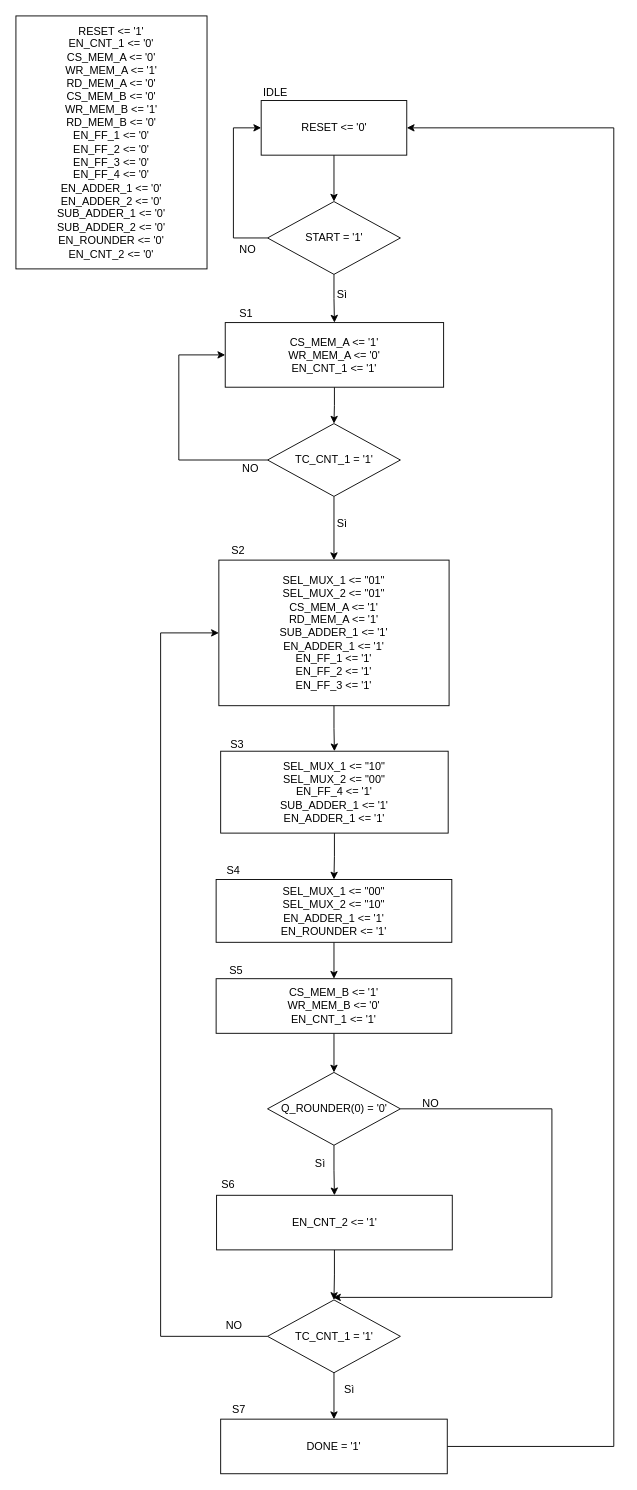
Above: lab6/Control ASM.drawio in leobel96/Polito-ESD-NeuralNetwork (draw.io), before the change. Source tidied: cells renumbered, new cells numbered last; positions are measured from the earlier drawing's top-left corner, leaving out a move shared by most shapes. Both pictures are drawn from the tidied source at 91%, with x=0, y=0 at pixel (15, 15).
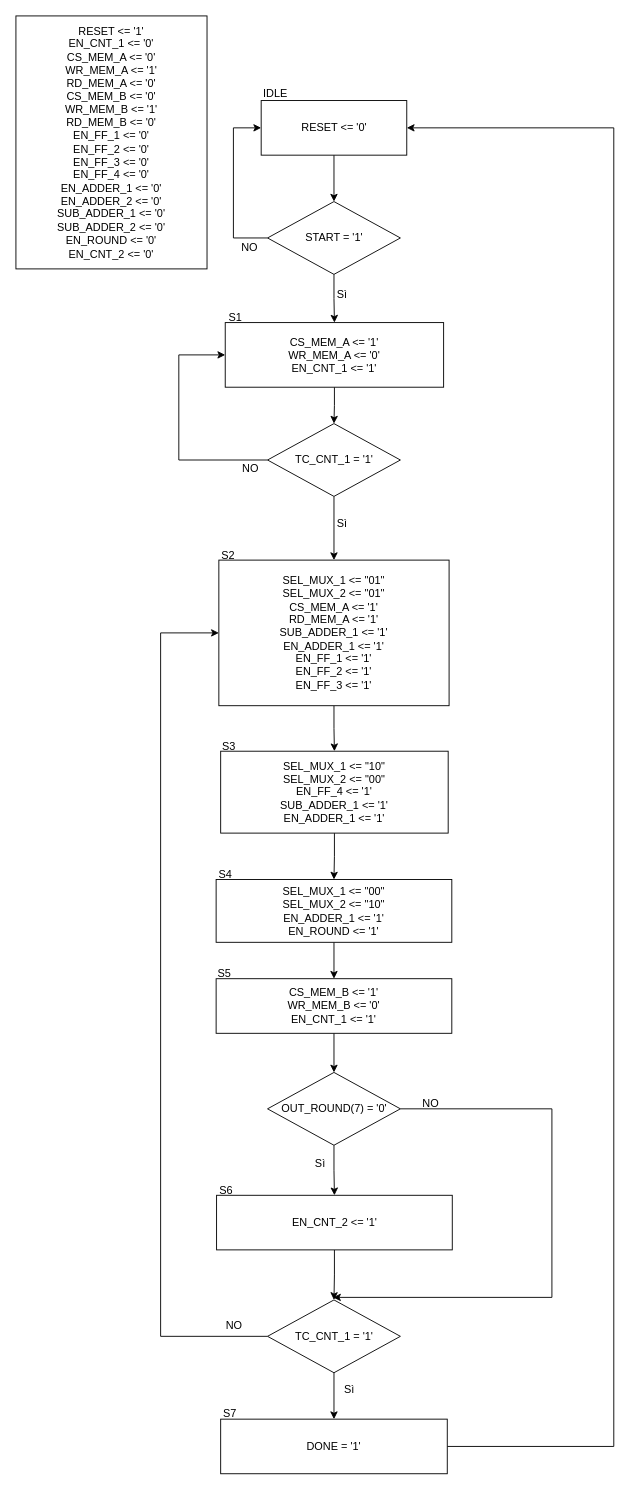
The same page after the edit.

What changed in the source:
```diff
@@
     <mxCell id="4" value="IDLE" style="text;html=1;align=left;verticalAlign=top;spacingTop=-4;" parent="1" vertex="1">
-      <mxGeometry x="269.5" y="74" width="40" height="20" as="geometry" />
+      <mxGeometry x="269.5" y="76" width="40" height="20" as="geometry" />
     </mxCell>
@@
     <mxCell id="7" value="S1" style="text;html=1;align=left;verticalAlign=top;spacingTop=-4;" parent="1" vertex="1">
-      <mxGeometry x="244" y="317" width="30" height="20" as="geometry" />
+      <mxGeometry x="232" y="322" width="30" height="20" as="geometry" />
     </mxCell>
@@
-    <mxCell id="17" value="&lt;div&gt;&lt;div&gt;&lt;div&gt;SEL_MUX_1 &amp;lt;= &quot;00&quot;&lt;/div&gt;&lt;div&gt;SEL_MUX_2 &amp;lt;= &quot;10&quot;&lt;/div&gt;&lt;/div&gt;&lt;div&gt;EN_ADDER_1 &amp;lt;= '1'&lt;/div&gt;&lt;/div&gt;&lt;div&gt;EN_ROUNDER &amp;lt;= '1'&lt;br&gt;&lt;/div&gt;" style="rounded=0;whiteSpace=wrap;html=1;" parent="1" vertex="1">
+    <mxCell id="17" value="&lt;div&gt;&lt;div&gt;&lt;div&gt;SEL_MUX_1 &amp;lt;= &quot;00&quot;&lt;/div&gt;&lt;div&gt;SEL_MUX_2 &amp;lt;= &quot;10&quot;&lt;/div&gt;&lt;/div&gt;&lt;div&gt;EN_ADDER_1 &amp;lt;= '1'&lt;/div&gt;&lt;/div&gt;&lt;div&gt;EN_ROUND &amp;lt;= '1'&lt;br&gt;&lt;/div&gt;" style="rounded=0;whiteSpace=wrap;html=1;" parent="1" vertex="1">
       <mxGeometry x="220" y="949" width="259" height="69" as="geometry" />
     </mxCell>
@@
     <mxCell id="29" value="NO" style="text;html=1;align=left;verticalAlign=top;spacingTop=-4;" parent="1" vertex="1">
-      <mxGeometry x="244" y="247" width="30" height="20" as="geometry" />
+      <mxGeometry x="246" y="245" width="30" height="20" as="geometry" />
     </mxCell>
@@
     <mxCell id="31" value="S2" style="text;html=1;align=left;verticalAlign=top;spacingTop=-4;" parent="1" vertex="1">
-      <mxGeometry x="234.5" y="578" width="30" height="20" as="geometry" />
+      <mxGeometry x="223.5" y="583" width="30" height="20" as="geometry" />
     </mxCell>
     <mxCell id="32" value="S3" style="text;html=1;align=left;verticalAlign=top;spacingTop=-4;" parent="1" vertex="1">
-      <mxGeometry x="233.5" y="791" width="30" height="20" as="geometry" />
+      <mxGeometry x="224.5" y="793" width="30" height="20" as="geometry" />
     </mxCell>
     <mxCell id="33" value="S4" style="text;html=1;align=left;verticalAlign=top;spacingTop=-4;" parent="1" vertex="1">
-      <mxGeometry x="230" y="929" width="30" height="20" as="geometry" />
+      <mxGeometry x="221" y="934" width="30" height="20" as="geometry" />
     </mxCell>
@@
-    <mxCell id="36" value="Q_ROUNDER(0) = '0'" style="rhombus;whiteSpace=wrap;html=1;" parent="1" vertex="1">
+    <mxCell id="36" value="OUT_ROUND(7) = '0'" style="rhombus;whiteSpace=wrap;html=1;" parent="1" vertex="1">
       <mxGeometry x="276.5" y="1161" width="146" height="80" as="geometry" />
     </mxCell>
@@
     <mxCell id="41" value="S6" style="text;html=1;align=left;verticalAlign=top;spacingTop=-4;" parent="1" vertex="1">
-      <mxGeometry x="223.5" y="1273.5" width="30" height="20" as="geometry" />
+      <mxGeometry x="221.5" y="1280.5" width="30" height="20" as="geometry" />
     </mxCell>
     <mxCell id="42" value="S7" style="text;html=1;align=left;verticalAlign=top;spacingTop=-4;" parent="1" vertex="1">
-      <mxGeometry x="236" y="1522" width="30" height="20" as="geometry" />
+      <mxGeometry x="226" y="1526" width="30" height="20" as="geometry" />
     </mxCell>
@@
     <mxCell id="45" value="S5" style="text;html=1;align=left;verticalAlign=top;spacingTop=-4;" parent="1" vertex="1">
-      <mxGeometry x="232.5" y="1039" width="30" height="20" as="geometry" />
+      <mxGeometry x="220" y="1043" width="30" height="20" as="geometry" />
     </mxCell>
-    <mxCell id="46" value="&lt;div&gt;RESET &amp;lt;= '1'&lt;/div&gt;&lt;div&gt;EN_CNT_1 &amp;lt;= '0'&lt;/div&gt;&lt;div&gt;CS_MEM_A &amp;lt;= '0'&lt;/div&gt;&lt;div&gt;WR_MEM_A &amp;lt;= '1'&lt;/div&gt;&lt;div&gt;RD_MEM_A &amp;lt;= '0'&lt;br&gt;&lt;/div&gt;&lt;div&gt;CS_MEM_B &amp;lt;= '0'&lt;br&gt;&lt;div&gt;WR_MEM_B &amp;lt;= '1'&lt;/div&gt;&lt;div&gt;RD_MEM_B &amp;lt;= '0'&lt;/div&gt;&lt;div&gt;&lt;div&gt;&lt;div&gt;EN_FF_1 &amp;lt;= '0'&lt;/div&gt;&lt;/div&gt;&lt;div&gt;EN_FF_2 &amp;lt;= '0'&lt;/div&gt;&lt;/div&gt;&lt;div&gt;EN_FF_3 &amp;lt;= '0'&lt;/div&gt;&lt;div&gt;EN_FF_4 &amp;lt;= '0'&lt;br&gt;&lt;/div&gt;&lt;div&gt;EN_ADDER_1 &amp;lt;= '0'&lt;/div&gt;&lt;div&gt;EN_ADDER_2 &amp;lt;= '0'&lt;/div&gt;&lt;div&gt;SUB_ADDER_1 &amp;lt;= '0'&lt;/div&gt;&lt;div&gt;SUB_ADDER_2 &amp;lt;= '0'&lt;/div&gt;&lt;/div&gt;&lt;div&gt;EN_ROUNDER &amp;lt;= '0'&lt;br&gt;&lt;/div&gt;&lt;div&gt;EN_CNT_2 &amp;lt;= '0'&lt;br&gt;&lt;/div&gt;" style="rounded=0;whiteSpace=wrap;html=1;" parent="1" vertex="1">
+    <mxCell id="46" value="&lt;div&gt;RESET &amp;lt;= '1'&lt;/div&gt;&lt;div&gt;EN_CNT_1 &amp;lt;= '0'&lt;/div&gt;&lt;div&gt;CS_MEM_A &amp;lt;= '0'&lt;/div&gt;&lt;div&gt;WR_MEM_A &amp;lt;= '1'&lt;/div&gt;&lt;div&gt;RD_MEM_A &amp;lt;= '0'&lt;br&gt;&lt;/div&gt;&lt;div&gt;CS_MEM_B &amp;lt;= '0'&lt;br&gt;&lt;div&gt;WR_MEM_B &amp;lt;= '1'&lt;/div&gt;&lt;div&gt;RD_MEM_B &amp;lt;= '0'&lt;/div&gt;&lt;div&gt;&lt;div&gt;&lt;div&gt;EN_FF_1 &amp;lt;= '0'&lt;/div&gt;&lt;/div&gt;&lt;div&gt;EN_FF_2 &amp;lt;= '0'&lt;/div&gt;&lt;/div&gt;&lt;div&gt;EN_FF_3 &amp;lt;= '0'&lt;/div&gt;&lt;div&gt;EN_FF_4 &amp;lt;= '0'&lt;br&gt;&lt;/div&gt;&lt;div&gt;EN_ADDER_1 &amp;lt;= '0'&lt;/div&gt;&lt;div&gt;EN_ADDER_2 &amp;lt;= '0'&lt;/div&gt;&lt;div&gt;SUB_ADDER_1 &amp;lt;= '0'&lt;/div&gt;&lt;div&gt;SUB_ADDER_2 &amp;lt;= '0'&lt;/div&gt;&lt;/div&gt;&lt;div&gt;EN_ROUND &amp;lt;= '0'&lt;br&gt;&lt;/div&gt;&lt;div&gt;EN_CNT_2 &amp;lt;= '0'&lt;br&gt;&lt;/div&gt;" style="rounded=0;whiteSpace=wrap;html=1;" parent="1" vertex="1">
       <mxGeometry width="210" height="278" as="geometry" />
     </mxCell>
```
